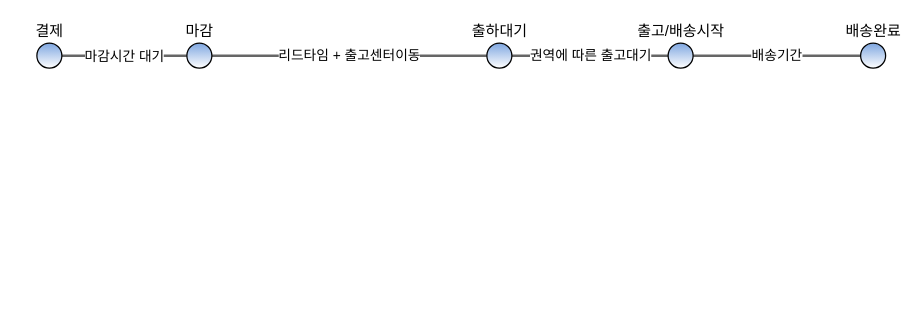
This is page "Page-14" (14 of 14) of 미트박스_배송.drawio from MeetBomb/drawio, a draw.io file, before an edit. Source tidied: cells renumbered, new cells numbered last; positions are measured from the earlier drawing's top-left corner, leaving out a move shared by most shapes. Both pictures are drawn from the tidied source at 125%, with x=0, y=0 at pixel (36, 42).
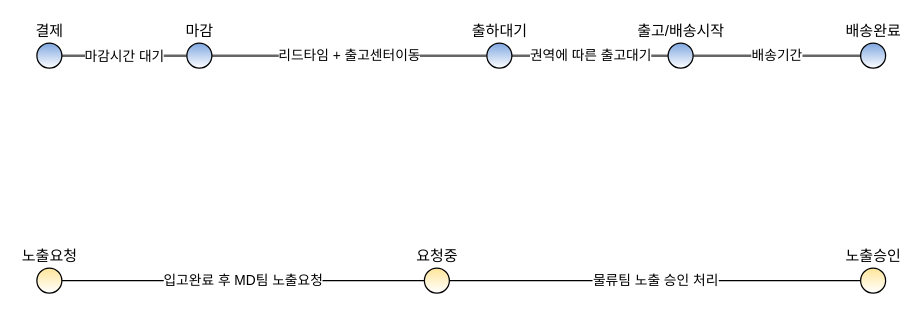
Above is the later version.

Diff of the diagram source:
```diff
@@
 <mxGraphModel>
   <root>
     <mxCell id="0" />
     <mxCell id="1" parent="0" />
     <mxCell id="2" style="edgeStyle=orthogonalEdgeStyle;rounded=0;jettySize=auto;html=1;startArrow=none;startFill=0;endArrow=none;endFill=0;strokeWidth=2;shadow=0;opacity=60;" parent="1" edge="1" source="4" target="6">
       <mxGeometry relative="1" as="geometry" />
     </mxCell>
     <mxCell id="3" value="마감시간 대기" style="edgeLabel;html=1;align=center;verticalAlign=middle;" parent="2" vertex="1">
       <mxGeometry x="-0.24" y="1" relative="1" as="geometry">
         <mxPoint x="11" y="1" as="offset" />
       </mxGeometry>
     </mxCell>
     <mxCell id="4" value="결제" style="verticalLabelPosition=top;verticalAlign=bottom;html=1;shape=mxgraph.flowchart.on-page_reference;labelPosition=center;align=center;fillColor=#7EA6E0;gradientColor=#ffffff;" parent="1" vertex="1">
       <mxGeometry width="20" height="20" as="geometry" />
     </mxCell>
     <mxCell id="5" value="리드타임 + 출고센터이동" style="edgeStyle=orthogonalEdgeStyle;rounded=0;jettySize=auto;html=1;entryX=0;entryY=0.5;entryDx=0;entryDy=0;entryPerimeter=0;startArrow=none;startFill=0;endArrow=none;endFill=0;strokeWidth=2;shadow=0;opacity=60;" parent="1" edge="1" source="6" target="8">
       <mxGeometry relative="1" as="geometry" />
     </mxCell>
     <mxCell id="6" value="마감" style="verticalLabelPosition=top;verticalAlign=bottom;html=1;shape=mxgraph.flowchart.on-page_reference;labelPosition=center;align=center;fillColor=#7EA6E0;gradientColor=#ffffff;" parent="1" vertex="1">
       <mxGeometry x="120" width="20" height="20" as="geometry" />
     </mxCell>
     <mxCell id="7" value="권역에 따른 출고대기" style="edgeStyle=orthogonalEdgeStyle;rounded=0;jettySize=auto;html=1;entryX=0;entryY=0.5;entryDx=0;entryDy=0;entryPerimeter=0;startArrow=none;startFill=0;endArrow=none;endFill=0;strokeWidth=2;shadow=0;opacity=60;" parent="1" edge="1" source="8" target="10">
       <mxGeometry relative="1" as="geometry" />
     </mxCell>
     <mxCell id="8" value="출하대기" style="verticalLabelPosition=top;verticalAlign=bottom;html=1;shape=mxgraph.flowchart.on-page_reference;labelPosition=center;align=center;fillColor=#7EA6E0;gradientColor=#ffffff;" parent="1" vertex="1">
       <mxGeometry x="360" width="20" height="20" as="geometry" />
     </mxCell>
     <mxCell id="9" value="배송기간" style="edgeStyle=orthogonalEdgeStyle;rounded=0;jettySize=auto;html=1;entryX=0;entryY=0.5;entryDx=0;entryDy=0;entryPerimeter=0;shadow=0;startArrow=none;startFill=0;endArrow=none;endFill=0;strokeWidth=2;opacity=60;" parent="1" edge="1" source="10" target="11">
       <mxGeometry relative="1" as="geometry" />
     </mxCell>
     <mxCell id="10" value="출고/배송시작" style="verticalLabelPosition=top;verticalAlign=bottom;html=1;shape=mxgraph.flowchart.on-page_reference;labelPosition=center;align=center;fillColor=#7EA6E0;gradientColor=#ffffff;" parent="1" vertex="1">
       <mxGeometry x="505" width="20" height="20" as="geometry" />
     </mxCell>
     <mxCell id="11" value="배송완료" style="verticalLabelPosition=top;verticalAlign=bottom;html=1;shape=mxgraph.flowchart.on-page_reference;labelPosition=center;align=center;fillColor=#7EA6E0;gradientColor=#ffffff;" parent="1" vertex="1">
       <mxGeometry x="659" width="20" height="20" as="geometry" />
     </mxCell>
+    <mxCell id="12" value="입고완료 후 MD팀 노출요청" style="edgeStyle=orthogonalEdgeStyle;rounded=0;jettySize=auto;html=1;entryX=0;entryY=0.5;entryDx=0;entryDy=0;entryPerimeter=0;startArrow=none;startFill=0;endArrow=none;endFill=0;" parent="1" edge="1" source="13" target="15">
+      <mxGeometry relative="1" as="geometry" />
+    </mxCell>
+    <mxCell id="13" value="노출요청" style="verticalLabelPosition=top;verticalAlign=bottom;html=1;shape=mxgraph.flowchart.on-page_reference;labelPosition=center;align=center;fillColor=#FFE599;gradientColor=#ffffff;" parent="1" vertex="1">
+      <mxGeometry y="180" width="20" height="20" as="geometry" />
+    </mxCell>
+    <mxCell id="14" value="물류팀 노출 승인 처리" style="edgeStyle=orthogonalEdgeStyle;rounded=0;jettySize=auto;html=1;entryX=0;entryY=0.5;entryDx=0;entryDy=0;entryPerimeter=0;startArrow=none;startFill=0;endArrow=none;endFill=0;" parent="1" edge="1" source="15" target="16">
+      <mxGeometry relative="1" as="geometry" />
+    </mxCell>
+    <mxCell id="15" value="요청중" style="verticalLabelPosition=top;verticalAlign=bottom;html=1;shape=mxgraph.flowchart.on-page_reference;labelPosition=center;align=center;fillColor=#FFE599;gradientColor=#ffffff;" parent="1" vertex="1">
+      <mxGeometry x="310" y="180" width="20" height="20" as="geometry" />
+    </mxCell>
+    <mxCell id="16" value="노출승인" style="verticalLabelPosition=top;verticalAlign=bottom;html=1;shape=mxgraph.flowchart.on-page_reference;labelPosition=center;align=center;fillColor=#FFE599;gradientColor=#ffffff;" parent="1" vertex="1">
+      <mxGeometry x="659" y="180" width="20" height="20" as="geometry" />
+    </mxCell>
   </root>
 </mxGraphModel>
```
